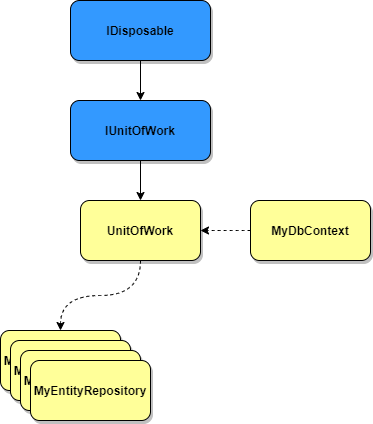
RubMertens/kdg-talk-mvc keeps this draw.io diagram as img/UnitOfWork.png. Above is the earlier version. Source tidied: cells renumbered, new cells last; positions are measured from the earlier drawing's top-left corner, leaving out a move shared by most shapes.
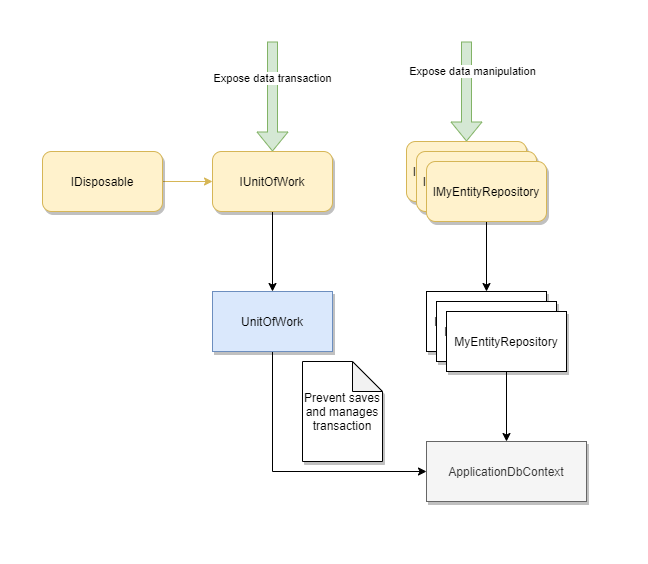
After the change.

Change to the diagram source:
```diff
@@ -2,44 +2,73 @@
   <root>
     <mxCell id="0" />
     <mxCell id="1" parent="0" />
+    <mxCell id="15" value="ApplicationDbContext" style="rounded=0;whiteSpace=wrap;html=1;shadow=1;fillColor=#f5f5f5;strokeColor=#666666;fontColor=#333333;" parent="1" vertex="1">
+      <mxGeometry x="134" y="600" width="160" height="60" as="geometry" />
+    </mxCell>
+    <mxCell id="16" value="IMyEntityRepository" style="rounded=1;whiteSpace=wrap;html=1;shadow=1;fillColor=#fff2cc;strokeColor=#d6b656;" parent="1" vertex="1">
+      <mxGeometry x="114" y="300" width="120" height="60" as="geometry" />
+    </mxCell>
+    <mxCell id="17" value="IMyEntityRepository" style="rounded=1;whiteSpace=wrap;html=1;shadow=1;fillColor=#fff2cc;strokeColor=#d6b656;" parent="1" vertex="1">
+      <mxGeometry x="124" y="310" width="120" height="60" as="geometry" />
+    </mxCell>
+    <mxCell id="18" style="edgeStyle=orthogonalEdgeStyle;rounded=0;jettySize=auto;html=1;entryX=0.5;entryY=0;entryDx=0;entryDy=0;" parent="1" edge="1" source="19" target="20">
+      <mxGeometry relative="1" as="geometry" />
+    </mxCell>
+    <mxCell id="19" value="IMyEntityRepository" style="rounded=1;whiteSpace=wrap;html=1;shadow=1;fillColor=#fff2cc;strokeColor=#d6b656;" parent="1" vertex="1">
+      <mxGeometry x="134" y="320" width="120" height="60" as="geometry" />
+    </mxCell>
+    <mxCell id="20" value="MyEntityRepository" style="rounded=0;whiteSpace=wrap;html=1;shadow=1;" parent="1" vertex="1">
+      <mxGeometry x="134" y="450" width="120" height="60" as="geometry" />
+    </mxCell>
+    <mxCell id="21" value="MyEntityRepository" style="rounded=0;whiteSpace=wrap;html=1;shadow=1;" parent="1" vertex="1">
+      <mxGeometry x="144" y="460" width="120" height="60" as="geometry" />
+    </mxCell>
+    <mxCell id="22" style="edgeStyle=orthogonalEdgeStyle;rounded=0;jettySize=auto;html=1;" parent="1" edge="1" source="23" target="15">
+      <mxGeometry relative="1" as="geometry" />
+    </mxCell>
+    <mxCell id="23" value="MyEntityRepository" style="rounded=0;whiteSpace=wrap;html=1;shadow=1;" parent="1" vertex="1">
+      <mxGeometry x="154" y="470" width="120" height="60" as="geometry" />
+    </mxCell>
+    <mxCell id="24" style="edgeStyle=orthogonalEdgeStyle;rounded=0;jettySize=auto;html=1;entryX=0;entryY=0.5;entryDx=0;entryDy=0;exitX=0.5;exitY=1;exitDx=0;exitDy=0;" parent="1" edge="1" source="5" target="15">
+      <mxGeometry relative="1" as="geometry" />
+    </mxCell>
+    <mxCell id="5" value="UnitOfWork" style="rounded=0;whiteSpace=wrap;html=1;shadow=1;fillColor=#dae8fc;strokeColor=#6c8ebf;" parent="1" vertex="1">
+      <mxGeometry x="-80" y="450" width="120" height="60" as="geometry" />
+    </mxCell>
+    <mxCell id="25" value="Prevent saves and manages transaction" style="shape=note;whiteSpace=wrap;html=1;backgroundOutline=1;darkOpacity=0.05;rounded=0;shadow=1;" parent="1" vertex="1">
+      <mxGeometry x="10" y="520" width="80" height="100" as="geometry" />
+    </mxCell>
-    <mxCell id="2" style="edgeStyle=orthogonalEdgeStyle;curved=1;rounded=0;jettySize=auto;html=1;entryX=0.5;entryY=0;entryDx=0;entryDy=0;" parent="1" edge="1" source="3" target="5">
+    <mxCell id="2" style="edgeStyle=orthogonalEdgeStyle;rounded=0;jettySize=auto;html=1;" parent="1" edge="1" source="3" target="5">
       <mxGeometry relative="1" as="geometry" />
     </mxCell>
-    <mxCell id="3" value="&lt;b&gt;IUnitOfWork&lt;/b&gt;" style="rounded=1;whiteSpace=wrap;html=1;shadow=1;fillColor=#3399FF;" parent="1" vertex="1">
-      <mxGeometry x="70" y="100" width="140" height="60" as="geometry" />
+    <mxCell id="3" value="IUnitOfWork" style="rounded=1;whiteSpace=wrap;html=1;shadow=1;fillColor=#fff2cc;strokeColor=#d6b656;" parent="1" vertex="1">
+      <mxGeometry x="-80" y="310" width="120" height="60" as="geometry" />
     </mxCell>
-    <mxCell id="4" style="edgeStyle=orthogonalEdgeStyle;curved=1;rounded=0;jettySize=auto;html=1;entryX=0.5;entryY=0;entryDx=0;entryDy=0;dashed=1;" parent="1" edge="1" source="5" target="9">
-      <mxGeometry relative="1" as="geometry" />
-    </mxCell>
-    <mxCell id="5" value="&lt;b&gt;UnitOfWork&lt;/b&gt;" style="rounded=1;whiteSpace=wrap;html=1;fillColor=#FFFF99;shadow=1;" parent="1" vertex="1">
-      <mxGeometry x="80" y="200" width="120" height="60" as="geometry" />
-    </mxCell>
+    <mxCell id="26" style="shape=flexArrow;endArrow=classic;html=1;entryX=0.5;entryY=0;entryDx=0;entryDy=0;fillColor=#d5e8d4;strokeColor=#82b366;" parent="1" edge="1" target="16">
+      <mxGeometry relative="1" as="geometry">
+        <mxPoint x="174" y="200" as="sourcePoint" />
+      </mxGeometry>
+    </mxCell>
+    <mxCell id="27" value="Expose data manipulation" style="edgeLabel;html=1;align=center;verticalAlign=middle;" parent="26" vertex="1">
+      <mxGeometry x="-0.39" y="-1" relative="1" as="geometry">
+        <mxPoint x="7" as="offset" />
+      </mxGeometry>
+    </mxCell>
+    <mxCell id="28" style="shape=flexArrow;endArrow=classic;html=1;entryX=0.5;entryY=0;entryDx=0;entryDy=0;fillColor=#d5e8d4;strokeColor=#82b366;" parent="1" edge="1" target="3">
+      <mxGeometry relative="1" as="geometry">
+        <mxPoint x="-20" y="200" as="sourcePoint" />
+      </mxGeometry>
+    </mxCell>
+    <mxCell id="29" value="Expose data transaction" style="edgeLabel;html=1;align=center;verticalAlign=middle;" parent="28" vertex="1">
+      <mxGeometry x="-0.33" y="-2" relative="1" as="geometry">
+        <mxPoint x="2" as="offset" />
+      </mxGeometry>
+    </mxCell>
-    <mxCell id="6" style="edgeStyle=orthogonalEdgeStyle;curved=1;rounded=0;jettySize=auto;html=1;" parent="1" edge="1" source="7" target="3">
+    <mxCell id="6" style="edgeStyle=orthogonalEdgeStyle;rounded=0;jettySize=auto;html=1;fillColor=#fff2cc;strokeColor=#d6b656;" parent="1" edge="1" source="7" target="3">
       <mxGeometry relative="1" as="geometry" />
     </mxCell>
-    <mxCell id="7" value="&lt;b&gt;IDisposable&lt;/b&gt;" style="rounded=1;whiteSpace=wrap;html=1;shadow=1;fillColor=#3399FF;" parent="1" vertex="1">
-      <mxGeometry x="70" width="140" height="60" as="geometry" />
+    <mxCell id="7" value="IDisposable" style="rounded=1;whiteSpace=wrap;html=1;shadow=1;fillColor=#fff2cc;strokeColor=#d6b656;" parent="1" vertex="1">
+      <mxGeometry x="-250" y="310" width="120" height="60" as="geometry" />
     </mxCell>
-    <mxCell id="8" style="group;" parent="1" vertex="1">
-      <mxGeometry y="330" width="150" height="90" as="geometry" />
-    </mxCell>
-    <mxCell id="9" value="&lt;b&gt;MyEntityRepository&lt;/b&gt;" style="rounded=1;whiteSpace=wrap;html=1;fillColor=#FFFF99;shadow=1;" parent="8" vertex="1">
-      <mxGeometry width="120" height="60" as="geometry" />
-    </mxCell>
-    <mxCell id="10" value="&lt;b&gt;MyEntityRepository&lt;/b&gt;" style="rounded=1;whiteSpace=wrap;html=1;fillColor=#FFFF99;shadow=1;" parent="8" vertex="1">
-      <mxGeometry x="10" y="10" width="120" height="60" as="geometry" />
-    </mxCell>
-    <mxCell id="11" value="&lt;b&gt;MyEntityRepository&lt;/b&gt;" style="rounded=1;whiteSpace=wrap;html=1;fillColor=#FFFF99;shadow=1;" parent="8" vertex="1">
-      <mxGeometry x="20" y="20" width="120" height="60" as="geometry" />
-    </mxCell>
-    <mxCell id="12" value="&lt;b&gt;MyEntityRepository&lt;/b&gt;" style="rounded=1;whiteSpace=wrap;html=1;fillColor=#FFFF99;shadow=1;" parent="8" vertex="1">
-      <mxGeometry x="30" y="30" width="120" height="60" as="geometry" />
-    </mxCell>
-    <mxCell id="13" style="edgeStyle=orthogonalEdgeStyle;curved=1;rounded=0;jettySize=auto;html=1;entryX=1;entryY=0.5;entryDx=0;entryDy=0;dashed=1;" parent="1" edge="1" source="14" target="5">
-      <mxGeometry relative="1" as="geometry" />
-    </mxCell>
-    <mxCell id="14" value="&lt;b&gt;MyDbContext&lt;/b&gt;" style="rounded=1;whiteSpace=wrap;html=1;fillColor=#FFFF99;shadow=1;" parent="1" vertex="1">
-      <mxGeometry x="250" y="200" width="120" height="60" as="geometry" />
-    </mxCell>
   </root>
 </mxGraphModel>
```
